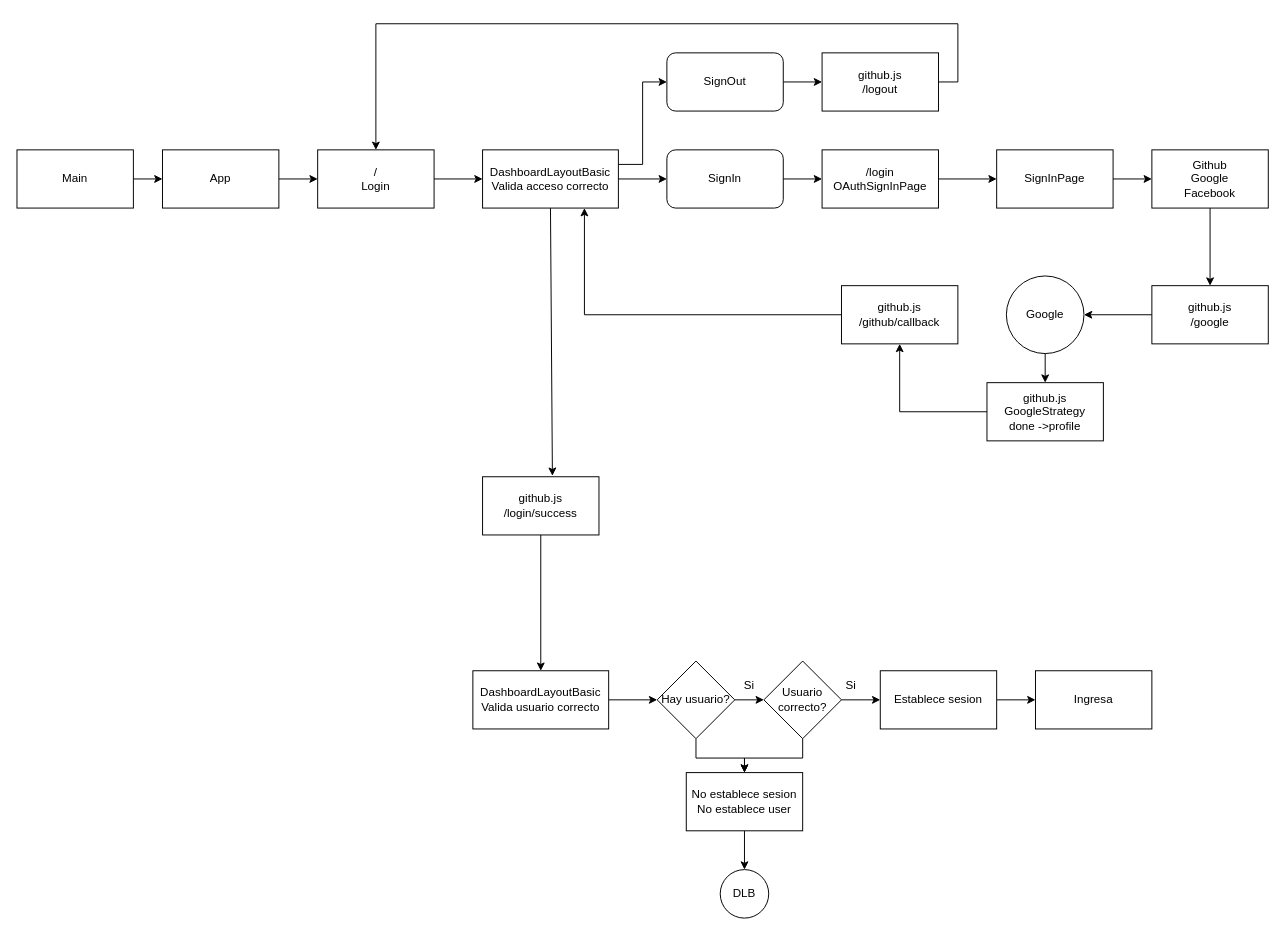
The draw.io diagram page "Copia de Página-3" (4 of 4) of Diagrama sin título.drawio in ocpdata/new-repo, before the edit. Source tidied: cells renumbered, new cells numbered last; positions are measured from the earlier drawing's top-left corner, leaving out a move shared by most shapes. Both pictures are drawn from the tidied source at 97%, with x=0, y=0 at pixel (16, 23).
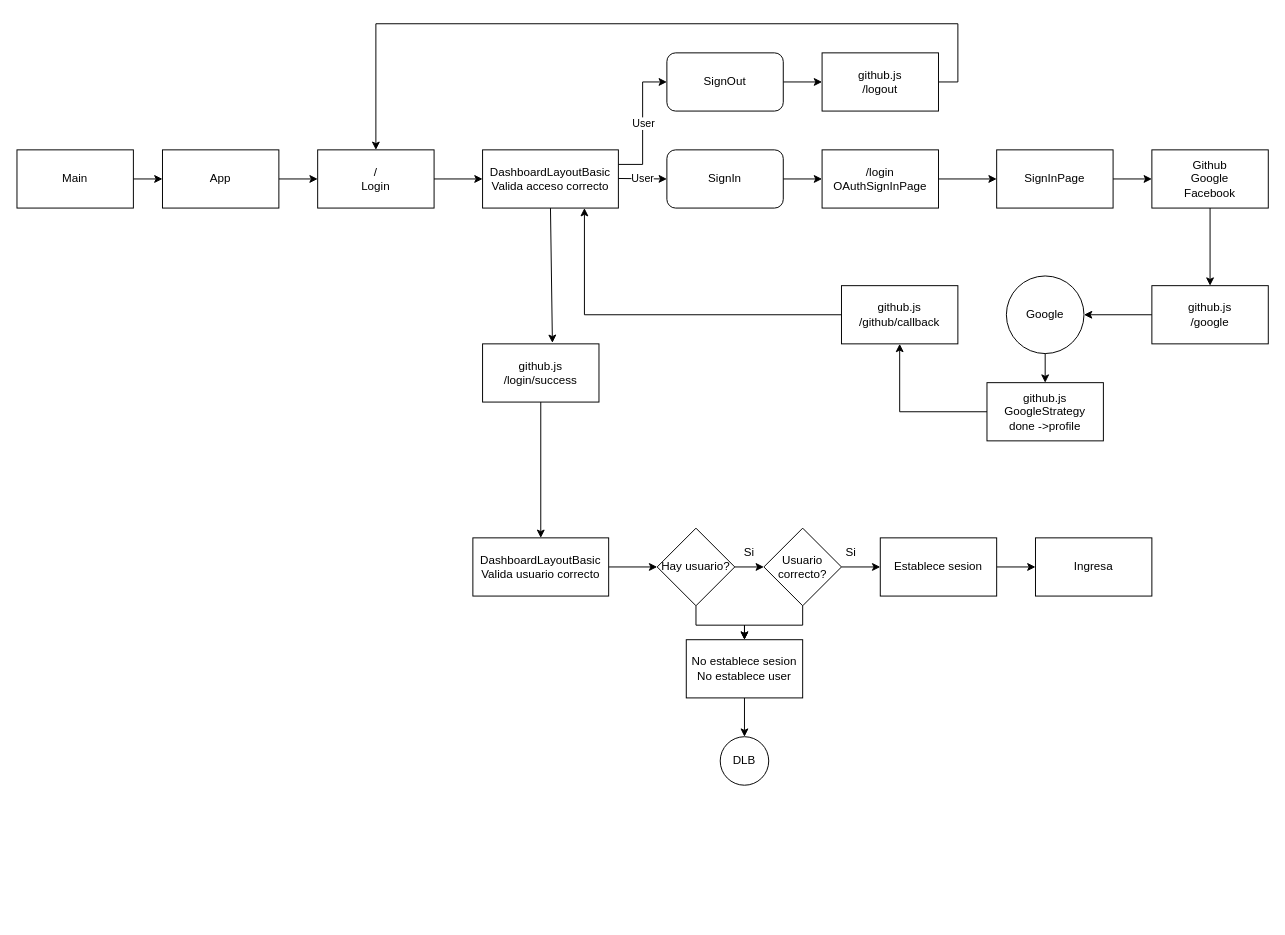
Above is the later version.

The change refers to these unchanged cells:
```xml
<mxCell id="22" value="DashboardLayoutBasic&lt;div&gt;Valida acceso correcto&lt;/div&gt;" style="rounded=0;whiteSpace=wrap;html=1;" parent="1" vertex="1">
  <mxGeometry x="480" y="130" width="140" height="60" as="geometry" />
</mxCell>
<mxCell id="41" value="SignIn" style="rounded=1;whiteSpace=wrap;html=1;" parent="1" vertex="1">
  <mxGeometry x="670" y="130" width="120" height="60" as="geometry" />
</mxCell>
<mxCell id="49" style="endArrow=classic;html=1;rounded=0;exitX=1;exitY=0.25;exitDx=0;exitDy=0;entryX=0;entryY=0.5;entryDx=0;entryDy=0;edgeStyle=orthogonalEdgeStyle;" parent="1" edge="1" source="22" target="46">
  <mxGeometry relative="1" as="geometry" />
</mxCell>
```

The edit, as a diff of the source:
```diff
@@
     <mxCell id="21" value="Ingresa" style="rounded=0;whiteSpace=wrap;html=1;" parent="1" vertex="1">
-      <mxGeometry x="1050" y="667" width="120" height="60" as="geometry" />
+      <mxGeometry x="1050" y="530" width="120" height="60" as="geometry" />
     </mxCell>
@@
     <mxCell id="24" value="github.js&lt;div&gt;/login/success&lt;/div&gt;" style="rounded=0;whiteSpace=wrap;html=1;" parent="1" vertex="1">
-      <mxGeometry x="480" y="467" width="120" height="60" as="geometry" />
+      <mxGeometry x="480" y="330" width="120" height="60" as="geometry" />
     </mxCell>
@@
     <mxCell id="26" value="DashboardLayoutBasic&lt;div&gt;Valida usuario correcto&lt;/div&gt;" style="rounded=0;whiteSpace=wrap;html=1;" parent="1" vertex="1">
-      <mxGeometry x="470" y="667" width="140" height="60" as="geometry" />
+      <mxGeometry x="470" y="530" width="140" height="60" as="geometry" />
     </mxCell>
@@
     <mxCell id="30" value="Usuario correcto?" style="rhombus;whiteSpace=wrap;html=1;" parent="1" vertex="1">
-      <mxGeometry x="770" y="657" width="80" height="80" as="geometry" />
+      <mxGeometry x="770" y="520" width="80" height="80" as="geometry" />
     </mxCell>
@@
     <mxCell id="32" value="Establece sesion" style="rounded=0;whiteSpace=wrap;html=1;" parent="1" vertex="1">
-      <mxGeometry x="890" y="667" width="120" height="60" as="geometry" />
+      <mxGeometry x="890" y="530" width="120" height="60" as="geometry" />
     </mxCell>
@@
     <mxCell id="34" value="No establece sesion&lt;div&gt;No establece user&lt;/div&gt;" style="rounded=0;whiteSpace=wrap;html=1;" parent="1" vertex="1">
-      <mxGeometry x="690" y="772" width="120" height="60" as="geometry" />
+      <mxGeometry x="690" y="635" width="120" height="60" as="geometry" />
     </mxCell>
     <mxCell id="35" value="DLB" style="ellipse;whiteSpace=wrap;html=1;" parent="1" vertex="1">
-      <mxGeometry x="725" y="872" width="50" height="50" as="geometry" />
+      <mxGeometry x="725" y="735" width="50" height="50" as="geometry" />
     </mxCell>
@@
     <mxCell id="38" value="Hay usuario?" style="rhombus;whiteSpace=wrap;html=1;" parent="1" vertex="1">
-      <mxGeometry x="660" y="657" width="80" height="80" as="geometry" />
+      <mxGeometry x="660" y="520" width="80" height="80" as="geometry" />
     </mxCell>
     <mxCell id="39" value="Si" style="text;html=1;align=center;verticalAlign=middle;whiteSpace=wrap;rounded=0;" parent="1" vertex="1">
-      <mxGeometry x="725" y="667" width="60" height="30" as="geometry" />
+      <mxGeometry x="725" y="530" width="60" height="30" as="geometry" />
     </mxCell>
     <mxCell id="40" value="Si" style="text;html=1;align=center;verticalAlign=middle;whiteSpace=wrap;rounded=0;" parent="1" vertex="1">
-      <mxGeometry x="830" y="667" width="60" height="30" as="geometry" />
+      <mxGeometry x="830" y="530" width="60" height="30" as="geometry" />
     </mxCell>
@@
-    <mxCell id="42" style="endArrow=classic;html=1;rounded=0;exitX=1;exitY=0.5;exitDx=0;exitDy=0;entryX=0;entryY=0.5;entryDx=0;entryDy=0;" parent="1" edge="1" source="22" target="41">
-      <mxGeometry relative="1" as="geometry" />
-    </mxCell>
@@
+    <mxCell id="50" value="User" style="edgeLabel;html=1;align=center;verticalAlign=middle;" parent="49" vertex="1">
+      <mxGeometry relative="1" as="geometry" />
+    </mxCell>
+    <mxCell id="51" style="endArrow=classic;html=1;rounded=0;" parent="1" edge="1">
+      <mxGeometry relative="1" as="geometry">
+        <mxPoint x="620" y="159.5" as="sourcePoint" />
+        <mxPoint x="670" y="160" as="targetPoint" />
+      </mxGeometry>
+    </mxCell>
+    <mxCell id="52" value="User" style="edgeLabel;html=1;align=center;verticalAlign=middle;" parent="51" vertex="1">
+      <mxGeometry relative="1" as="geometry" />
+    </mxCell>
```
